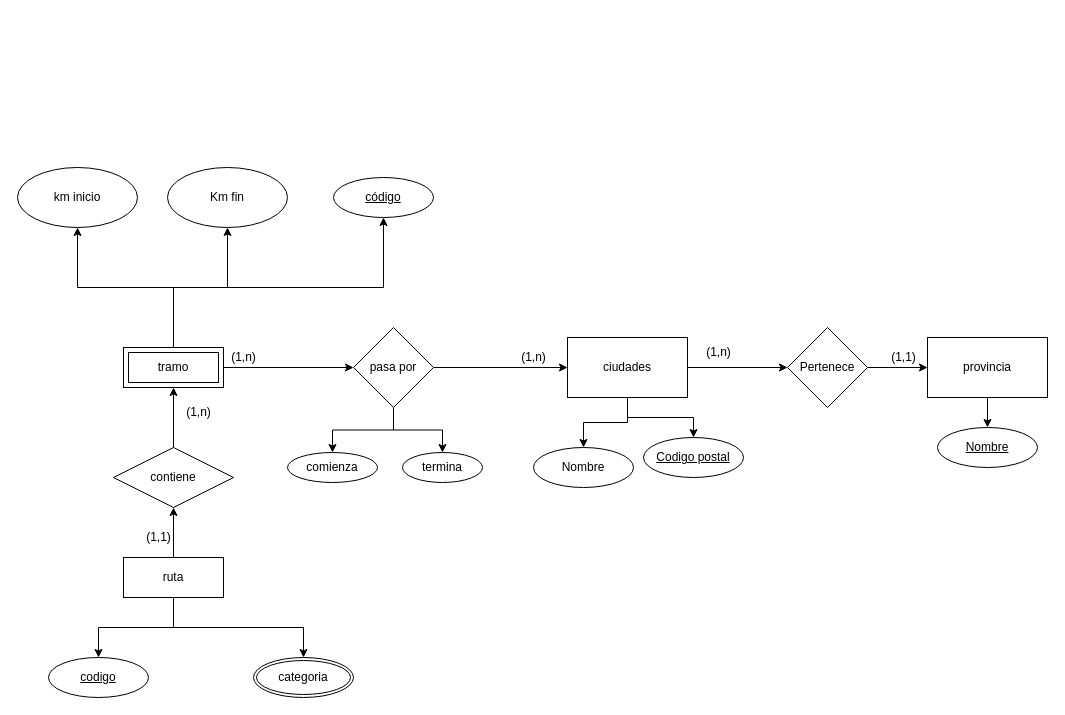
Earlier version of the draw.io diagram Diagrama rutas info.drawio (RamaAlves/base-de-datos). Source tidied: cells renumbered, new cells numbered last; positions are measured from the earlier drawing's top-left corner, leaving out a move shared by most shapes. Both pictures are drawn from the tidied source at 100%, with x=0, y=0 at pixel (17, 167).
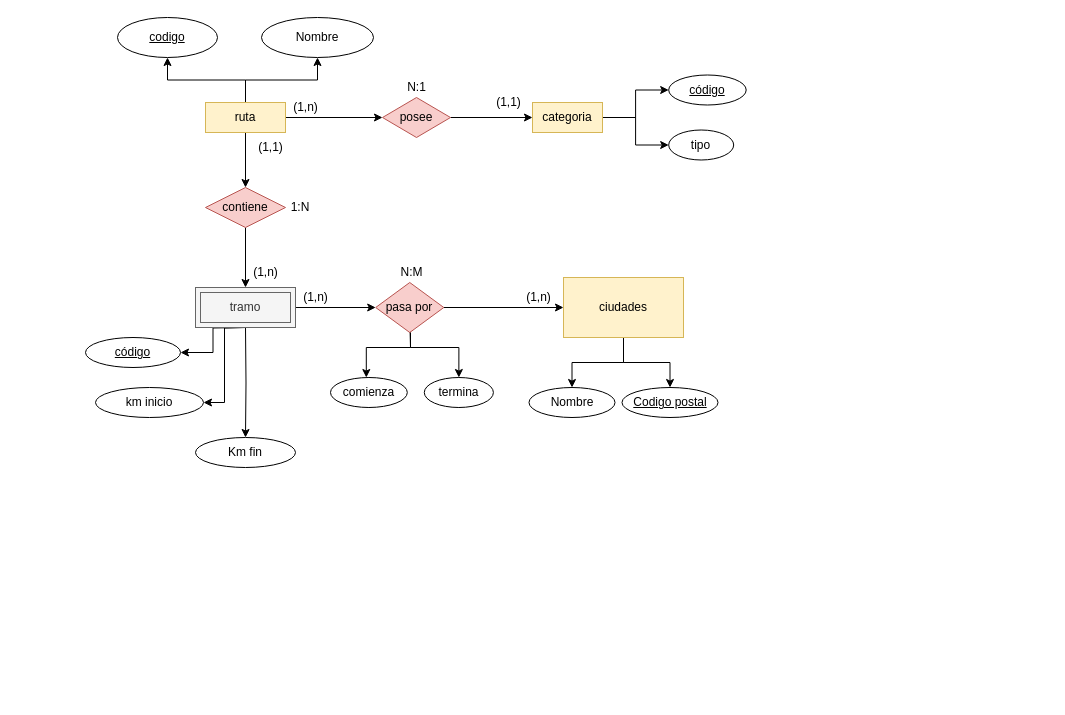
Above is the later version.

Change to the diagram source:
```diff
@@
-    <mxCell id="2" style="edgeStyle=orthogonalEdgeStyle;rounded=0;jettySize=auto;html=1;" parent="1" edge="1" source="5" target="6">
+    <mxCell id="2" style="edgeStyle=orthogonalEdgeStyle;rounded=0;jettySize=auto;html=1;exitX=0.5;exitY=0;exitDx=0;exitDy=0;" parent="1" edge="1" source="5" target="6">
       <mxGeometry relative="1" as="geometry" />
     </mxCell>
-    <mxCell id="3" style="edgeStyle=orthogonalEdgeStyle;rounded=0;jettySize=auto;html=1;entryX=0.5;entryY=0;entryDx=0;entryDy=0;exitX=0.5;exitY=1;exitDx=0;exitDy=0;" parent="1" edge="1" source="5" target="7">
-      <mxGeometry relative="1" as="geometry" />
-    </mxCell>
@@
+    <mxCell id="41" style="edgeStyle=orthogonalEdgeStyle;rounded=0;jettySize=auto;html=1;" parent="1" edge="1" source="5" target="48">
+      <mxGeometry relative="1" as="geometry" />
+    </mxCell>
+    <mxCell id="42" style="edgeStyle=orthogonalEdgeStyle;rounded=0;jettySize=auto;html=1;" parent="1" edge="1" source="5" target="37">
+      <mxGeometry relative="1" as="geometry" />
+    </mxCell>
-    <mxCell id="5" value="ruta" style="whiteSpace=wrap;html=1;align=center;" parent="1" vertex="1">
-      <mxGeometry x="106" y="390" width="100" height="40" as="geometry" />
+    <mxCell id="5" value="ruta" style="whiteSpace=wrap;html=1;align=center;fillColor=#fff2cc;strokeColor=#d6b656;" parent="1" vertex="1">
+      <mxGeometry x="188" y="-65" width="80" height="30" as="geometry" />
     </mxCell>
     <mxCell id="6" value="codigo" style="ellipse;whiteSpace=wrap;html=1;align=center;fontStyle=4;" parent="1" vertex="1">
-      <mxGeometry x="31" y="490" width="100" height="40" as="geometry" />
+      <mxGeometry x="100" y="-150" width="100" height="40" as="geometry" />
     </mxCell>
-    <mxCell id="7" value="categoria" style="ellipse;shape=doubleEllipse;margin=3;whiteSpace=wrap;html=1;align=center;" parent="1" vertex="1">
-      <mxGeometry x="236" y="490" width="100" height="40" as="geometry" />
-    </mxCell>
-    <mxCell id="8" style="edgeStyle=orthogonalEdgeStyle;rounded=0;jettySize=auto;html=1;" parent="1" edge="1" source="18" target="14">
-      <mxGeometry relative="1" as="geometry" />
-    </mxCell>
-    <mxCell id="9" style="edgeStyle=orthogonalEdgeStyle;rounded=0;jettySize=auto;html=1;" parent="1" edge="1" source="18" target="15">
-      <mxGeometry relative="1" as="geometry" />
-    </mxCell>
-    <mxCell id="10" style="edgeStyle=orthogonalEdgeStyle;rounded=0;jettySize=auto;html=1;" parent="1" edge="1" source="11" target="18">
+    <mxCell id="10" style="edgeStyle=orthogonalEdgeStyle;rounded=0;jettySize=auto;html=1;entryX=0.5;entryY=0;entryDx=0;entryDy=0;" parent="1" edge="1" source="11" target="18">
       <mxGeometry relative="1" as="geometry" />
     </mxCell>
-    <mxCell id="11" value="contiene" style="shape=rhombus;perimeter=rhombusPerimeter;whiteSpace=wrap;html=1;align=center;" parent="1" vertex="1">
-      <mxGeometry x="96" y="280" width="120" height="60" as="geometry" />
+    <mxCell id="11" value="contiene" style="shape=rhombus;perimeter=rhombusPerimeter;whiteSpace=wrap;html=1;align=center;fillColor=#f8cecc;strokeColor=#b85450;" parent="1" vertex="1">
+      <mxGeometry x="188" y="20" width="80" height="40" as="geometry" />
     </mxCell>
     <mxCell id="12" value="(1,n)" style="text;html=1;align=center;verticalAlign=middle;strokeColor=none;fillColor=none;" parent="1" vertex="1">
-      <mxGeometry x="156" y="230" width="50" height="30" as="geometry" />
+      <mxGeometry x="223" y="90" width="50" height="30" as="geometry" />
     </mxCell>
     <mxCell id="13" value="(1,1)" style="text;html=1;align=center;verticalAlign=middle;strokeColor=none;fillColor=none;" parent="1" vertex="1">
-      <mxGeometry x="116" y="355" width="50" height="30" as="geometry" />
+      <mxGeometry x="228" y="-35" width="50" height="30" as="geometry" />
     </mxCell>
     <mxCell id="14" value="km inicio" style="ellipse;whiteSpace=wrap;html=1;" parent="1" vertex="1">
-      <mxGeometry width="120" height="60" as="geometry" />
+      <mxGeometry x="78" y="220" width="108" height="30" as="geometry" />
     </mxCell>
     <mxCell id="15" value="Km fin" style="ellipse;whiteSpace=wrap;html=1;" parent="1" vertex="1">
-      <mxGeometry x="150" width="120" height="60" as="geometry" />
+      <mxGeometry x="178" y="270" width="100" height="30" as="geometry" />
     </mxCell>
@@
-    <mxCell id="17" style="edgeStyle=orthogonalEdgeStyle;rounded=0;jettySize=auto;html=1;exitX=0.5;exitY=0;exitDx=0;exitDy=0;" parent="1" edge="1" source="18" target="40">
-      <mxGeometry relative="1" as="geometry">
-        <Array as="points">
-          <mxPoint x="156" y="120" />
-          <mxPoint x="366" y="120" />
-        </Array>
-      </mxGeometry>
-    </mxCell>
+    <mxCell id="43" style="edgeStyle=orthogonalEdgeStyle;rounded=0;jettySize=auto;html=1;exitX=0;exitY=1;exitDx=0;exitDy=0;" parent="1" edge="1" target="15">
+      <mxGeometry relative="1" as="geometry">
+        <mxPoint x="228" y="160" as="sourcePoint" />
+      </mxGeometry>
+    </mxCell>
+    <mxCell id="44" style="edgeStyle=orthogonalEdgeStyle;rounded=0;jettySize=auto;html=1;exitX=0;exitY=1;exitDx=0;exitDy=0;entryX=1;entryY=0.5;entryDx=0;entryDy=0;" parent="1" edge="1" target="40">
+      <mxGeometry relative="1" as="geometry">
+        <mxPoint x="228" y="160" as="sourcePoint" />
+      </mxGeometry>
+    </mxCell>
+    <mxCell id="45" style="edgeStyle=orthogonalEdgeStyle;rounded=0;jettySize=auto;html=1;exitX=0;exitY=1;exitDx=0;exitDy=0;entryX=1;entryY=0.5;entryDx=0;entryDy=0;" parent="1" edge="1" target="14">
+      <mxGeometry relative="1" as="geometry">
+        <mxPoint x="228" y="160" as="sourcePoint" />
+      </mxGeometry>
+    </mxCell>
-    <mxCell id="18" value="tramo" style="shape=ext;margin=3;double=1;whiteSpace=wrap;html=1;align=center;" parent="1" vertex="1">
-      <mxGeometry x="106" y="180" width="100" height="40" as="geometry" />
+    <mxCell id="18" value="tramo" style="shape=ext;margin=3;double=1;whiteSpace=wrap;html=1;align=center;fillColor=#f5f5f5;fontColor=#333333;strokeColor=#666666;" parent="1" vertex="1">
+      <mxGeometry x="178" y="120" width="100" height="40" as="geometry" />
     </mxCell>
@@
-    <mxCell id="20" style="edgeStyle=orthogonalEdgeStyle;rounded=0;jettySize=auto;html=1;" parent="1" edge="1" source="22" target="38">
-      <mxGeometry relative="1" as="geometry" />
+    <mxCell id="20" style="edgeStyle=orthogonalEdgeStyle;rounded=0;jettySize=auto;html=1;exitX=0.5;exitY=1;exitDx=0;exitDy=0;" parent="1" edge="1" source="22" target="38">
+      <mxGeometry relative="1" as="geometry">
+        <Array as="points">
+          <mxPoint x="392" y="153" />
+          <mxPoint x="393" y="180" />
+          <mxPoint x="441" y="180" />
+        </Array>
+      </mxGeometry>
     </mxCell>
-    <mxCell id="21" style="edgeStyle=orthogonalEdgeStyle;rounded=0;jettySize=auto;html=1;" parent="1" edge="1" source="22" target="39">
-      <mxGeometry relative="1" as="geometry" />
+    <mxCell id="21" style="edgeStyle=orthogonalEdgeStyle;rounded=0;jettySize=auto;html=1;exitX=0.5;exitY=1;exitDx=0;exitDy=0;" parent="1" edge="1" target="39">
+      <mxGeometry relative="1" as="geometry">
+        <mxPoint x="393" y="165" as="sourcePoint" />
+        <Array as="points">
+          <mxPoint x="392.8" y="180" />
+          <mxPoint x="348.8" y="180" />
+        </Array>
+      </mxGeometry>
     </mxCell>
-    <mxCell id="22" value="pasa por" style="rhombus;whiteSpace=wrap;html=1;" parent="1" vertex="1">
-      <mxGeometry x="336" y="160" width="80" height="80" as="geometry" />
+    <mxCell id="22" value="pasa por" style="rhombus;whiteSpace=wrap;html=1;fillColor=#f8cecc;strokeColor=#b85450;" parent="1" vertex="1">
+      <mxGeometry x="358.2" y="115" width="68.1" height="50" as="geometry" />
     </mxCell>
@@
-    <mxCell id="25" style="edgeStyle=orthogonalEdgeStyle;rounded=0;jettySize=auto;html=1;" parent="1" edge="1" source="26" target="32">
-      <mxGeometry relative="1" as="geometry" />
-    </mxCell>
-    <mxCell id="26" value="ciudades" style="whiteSpace=wrap;html=1;" parent="1" vertex="1">
-      <mxGeometry x="550" y="170" width="120" height="60" as="geometry" />
+    <mxCell id="26" value="ciudades" style="whiteSpace=wrap;html=1;fillColor=#fff2cc;strokeColor=#d6b656;" parent="1" vertex="1">
+      <mxGeometry x="546" y="110" width="120" height="60" as="geometry" />
     </mxCell>
     <mxCell id="27" value="(1,n)" style="text;html=1;align=center;verticalAlign=middle;strokeColor=none;fillColor=none;" parent="1" vertex="1">
-      <mxGeometry x="491" y="175" width="50" height="30" as="geometry" />
+      <mxGeometry x="496" y="115" width="50" height="30" as="geometry" />
     </mxCell>
     <mxCell id="28" value="Nombre" style="ellipse;whiteSpace=wrap;html=1;align=center;" parent="1" vertex="1">
-      <mxGeometry x="516" y="280" width="100" height="40" as="geometry" />
+      <mxGeometry x="511.5" y="220" width="86" height="30" as="geometry" />
     </mxCell>
     <mxCell id="29" value="Codigo postal" style="ellipse;whiteSpace=wrap;html=1;align=center;fontStyle=4;" parent="1" vertex="1">
-      <mxGeometry x="626" y="270" width="100" height="40" as="geometry" />
+      <mxGeometry x="604.5" y="220" width="96" height="30" as="geometry" />
     </mxCell>
     <mxCell id="30" value="(1,n)" style="text;html=1;align=center;verticalAlign=middle;strokeColor=none;fillColor=none;" parent="1" vertex="1">
-      <mxGeometry x="201" y="175" width="50" height="30" as="geometry" />
+      <mxGeometry x="273" y="115" width="50" height="30" as="geometry" />
     </mxCell>
-    <mxCell id="31" style="edgeStyle=orthogonalEdgeStyle;rounded=0;jettySize=auto;html=1;" parent="1" edge="1" source="32" target="34">
-      <mxGeometry relative="1" as="geometry" />
-    </mxCell>
-    <mxCell id="32" value="Pertenece" style="rhombus;whiteSpace=wrap;html=1;" parent="1" vertex="1">
-      <mxGeometry x="770" y="160" width="80" height="80" as="geometry" />
-    </mxCell>
-    <mxCell id="33" style="edgeStyle=orthogonalEdgeStyle;rounded=0;jettySize=auto;html=1;entryX=0.5;entryY=0;entryDx=0;entryDy=0;" parent="1" edge="1" source="34" target="37">
-      <mxGeometry relative="1" as="geometry" />
-    </mxCell>
-    <mxCell id="34" value="provincia" style="whiteSpace=wrap;html=1;" parent="1" vertex="1">
-      <mxGeometry x="910" y="170" width="120" height="60" as="geometry" />
-    </mxCell>
-    <mxCell id="35" value="(1,1)" style="text;html=1;align=center;verticalAlign=middle;strokeColor=none;fillColor=none;" parent="1" vertex="1">
-      <mxGeometry x="861" y="175" width="50" height="30" as="geometry" />
-    </mxCell>
-    <mxCell id="36" value="(1,n)" style="text;html=1;align=center;verticalAlign=middle;strokeColor=none;fillColor=none;" parent="1" vertex="1">
-      <mxGeometry x="676" y="170" width="50" height="30" as="geometry" />
-    </mxCell>
-    <mxCell id="37" value="Nombre" style="ellipse;whiteSpace=wrap;html=1;align=center;fontStyle=4;" parent="1" vertex="1">
-      <mxGeometry x="920" y="260" width="100" height="40" as="geometry" />
-    </mxCell>
     <mxCell id="38" value="termina" style="ellipse;whiteSpace=wrap;html=1;" parent="1" vertex="1">
-      <mxGeometry x="385" y="285" width="80" height="30" as="geometry" />
+      <mxGeometry x="406.8" y="210" width="69.1" height="30" as="geometry" />
     </mxCell>
     <mxCell id="39" value="comienza" style="ellipse;whiteSpace=wrap;html=1;" parent="1" vertex="1">
-      <mxGeometry x="270" y="285" width="90" height="30" as="geometry" />
+      <mxGeometry x="313" y="210" width="76.8" height="30" as="geometry" />
     </mxCell>
     <mxCell id="40" value="código" style="ellipse;whiteSpace=wrap;html=1;align=center;fontStyle=4;" parent="1" vertex="1">
-      <mxGeometry x="316" y="10" width="100" height="40" as="geometry" />
+      <mxGeometry x="68" y="170" width="95" height="30" as="geometry" />
     </mxCell>
+    <mxCell id="46" value="1:N" style="text;html=1;strokeColor=none;fillColor=none;align=center;verticalAlign=middle;whiteSpace=wrap;rounded=0;" parent="1" vertex="1">
+      <mxGeometry x="253" y="25" width="60" height="30" as="geometry" />
+    </mxCell>
+    <mxCell id="47" style="edgeStyle=orthogonalEdgeStyle;rounded=0;jettySize=auto;html=1;" parent="1" edge="1" source="48" target="7">
+      <mxGeometry relative="1" as="geometry" />
+    </mxCell>
+    <mxCell id="48" value="posee" style="rhombus;whiteSpace=wrap;html=1;labelBackgroundColor=none;fillColor=#f8cecc;strokeColor=#b85450;" parent="1" vertex="1">
+      <mxGeometry x="365" y="-70" width="68" height="40" as="geometry" />
+    </mxCell>
+    <mxCell id="49" style="edgeStyle=orthogonalEdgeStyle;rounded=0;jettySize=auto;html=1;" parent="1" edge="1" source="7" target="51">
+      <mxGeometry relative="1" as="geometry" />
+    </mxCell>
+    <mxCell id="50" style="edgeStyle=orthogonalEdgeStyle;rounded=0;jettySize=auto;html=1;exitX=1;exitY=0.5;exitDx=0;exitDy=0;entryX=0;entryY=0.5;entryDx=0;entryDy=0;" parent="1" edge="1" source="7" target="52">
+      <mxGeometry relative="1" as="geometry" />
+    </mxCell>
+    <mxCell id="7" value="categoria" style="whiteSpace=wrap;html=1;fillColor=#fff2cc;strokeColor=#d6b656;" parent="1" vertex="1">
+      <mxGeometry x="515" y="-65" width="70" height="30" as="geometry" />
+    </mxCell>
+    <mxCell id="51" value="tipo" style="ellipse;whiteSpace=wrap;html=1;" parent="1" vertex="1">
+      <mxGeometry x="651.2" y="-37.5" width="65" height="30" as="geometry" />
+    </mxCell>
+    <mxCell id="37" value="Nombre" style="ellipse;whiteSpace=wrap;html=1;" parent="1" vertex="1">
+      <mxGeometry x="244" y="-150" width="112" height="40" as="geometry" />
+    </mxCell>
+    <mxCell id="52" value="código" style="ellipse;whiteSpace=wrap;html=1;align=center;fontStyle=4;" parent="1" vertex="1">
+      <mxGeometry x="651.2" y="-92.5" width="77.5" height="30" as="geometry" />
+    </mxCell>
+    <mxCell id="35" value="(1,1)" style="text;html=1;align=center;verticalAlign=middle;strokeColor=none;fillColor=none;" parent="1" vertex="1">
+      <mxGeometry x="466" y="-80" width="50" height="30" as="geometry" />
+    </mxCell>
+    <mxCell id="36" value="(1,n)" style="text;html=1;align=center;verticalAlign=middle;strokeColor=none;fillColor=none;" parent="1" vertex="1">
+      <mxGeometry x="263" y="-75" width="50" height="30" as="geometry" />
+    </mxCell>
+    <mxCell id="53" value="N:1" style="text;html=1;align=center;verticalAlign=middle;strokeColor=none;fillColor=none;" parent="1" vertex="1">
+      <mxGeometry x="379" y="-95" width="40" height="30" as="geometry" />
+    </mxCell>
+    <mxCell id="54" value="N:M" style="text;html=1;align=center;verticalAlign=middle;strokeColor=none;fillColor=none;" parent="1" vertex="1">
+      <mxGeometry x="369.4" y="90" width="50" height="30" as="geometry" />
+    </mxCell>
```
